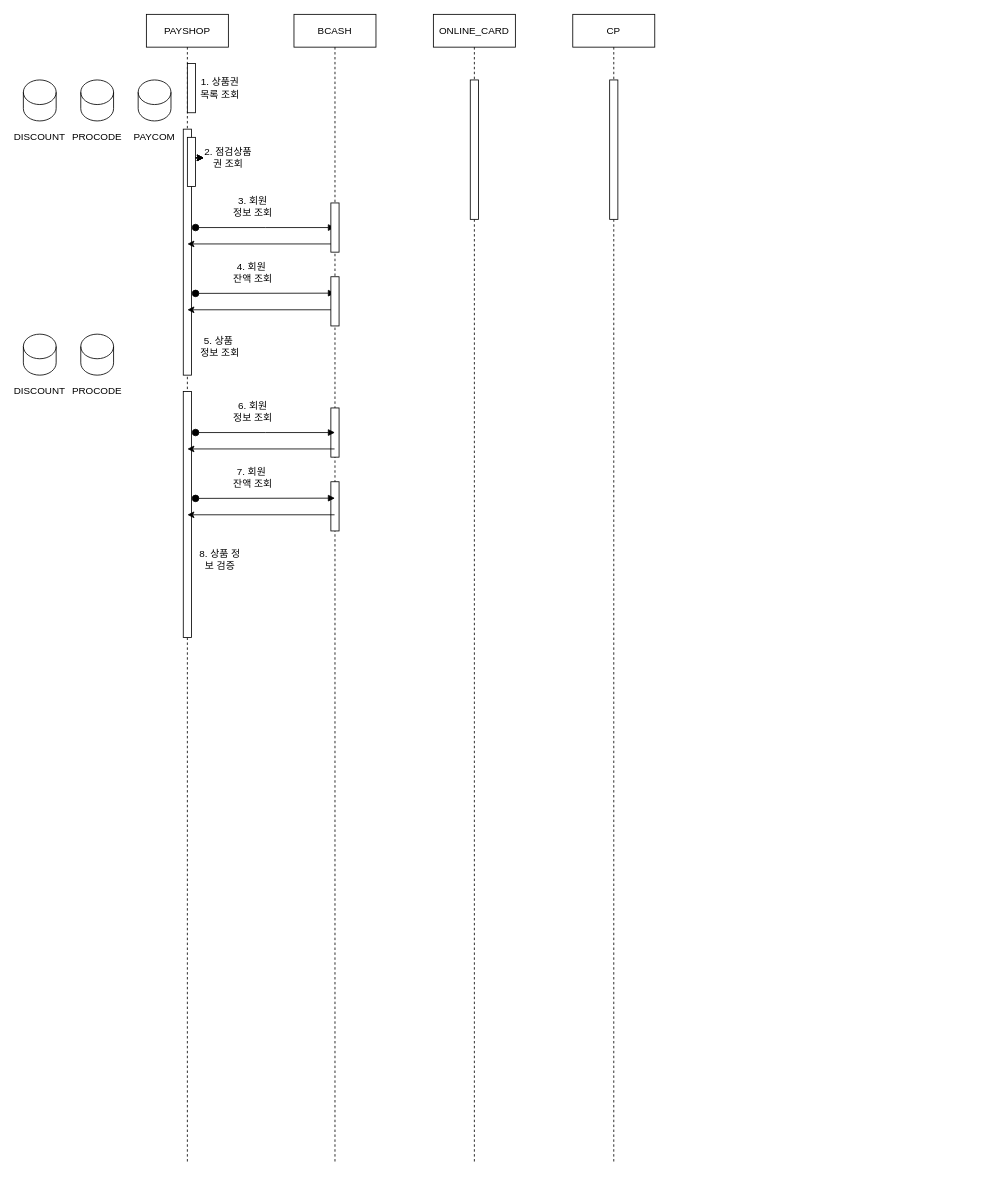
Earlier version of the draw.io diagram 제목 없는 다이어그램.drawio (cmkxak/devRoutine-web). Source tidied: cells renumbered, new cells numbered last; positions are measured from the earlier drawing's top-left corner, leaving out a move shared by most shapes. Both pictures are drawn from the tidied source at 82%, with x=0, y=0 at pixel (23, 14).
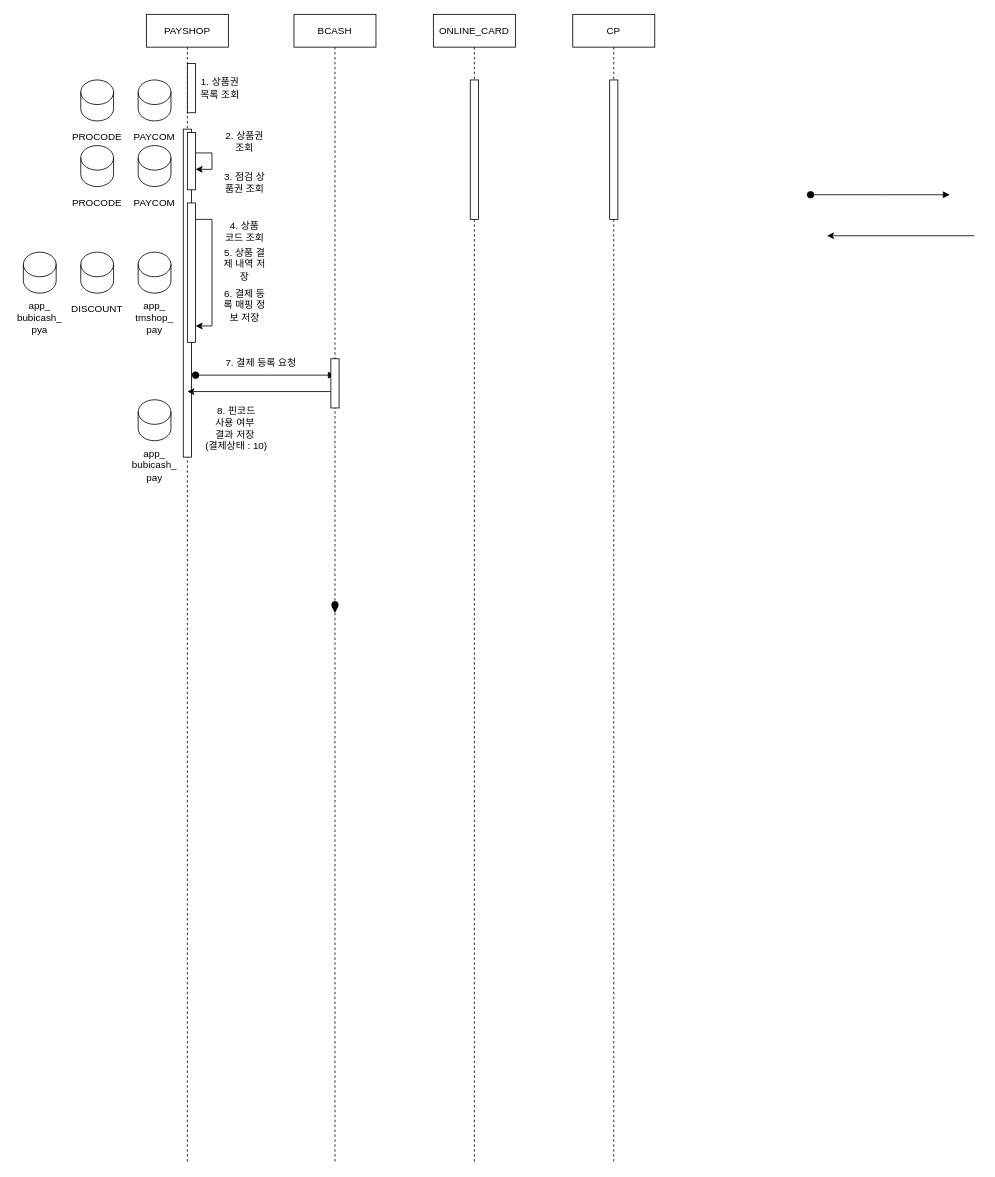
After the change.

Commit message (it also covers changes not shown here):
제목 없는 다이어그램.drawio 업데이트

The change refers to these unchanged cells:
```xml
<mxCell id="2" value="PAYSHOP" style="shape=umlLifeline;perimeter=lifelinePerimeter;whiteSpace=wrap;html=1;newEdgeStyle={&quot;edgeStyle&quot;:&quot;elbowEdgeStyle&quot;,&quot;elbow&quot;:&quot;vertical&quot;,&quot;curved&quot;:0,&quot;rounded&quot;:0};" parent="1" vertex="1">
  <mxGeometry x="150" width="100" height="1400" as="geometry" />
</mxCell>
<mxCell id="7" value="BCASH" style="shape=umlLifeline;perimeter=lifelinePerimeter;whiteSpace=wrap;html=1;newEdgeStyle={&quot;edgeStyle&quot;:&quot;elbowEdgeStyle&quot;,&quot;elbow&quot;:&quot;vertical&quot;,&quot;curved&quot;:0,&quot;rounded&quot;:0};" parent="1" vertex="1">
  <mxGeometry x="330" width="100" height="1400" as="geometry" />
</mxCell>
```

The edit, as a diff of the source:
```diff
@@
     <mxCell id="3" style="html=1;perimeter=orthogonalPerimeter;targetShapes=umlLifeline;newEdgeStyle={&quot;edgeStyle&quot;:&quot;elbowEdgeStyle&quot;,&quot;elbow&quot;:&quot;vertical&quot;,&quot;curved&quot;:0,&quot;rounded&quot;:0};" parent="2" vertex="1">
-      <mxGeometry x="45" y="140" width="10" height="300" as="geometry" />
+      <mxGeometry x="45" y="140" width="10" height="400" as="geometry" />
     </mxCell>
@@
-    <mxCell id="5" style="html=1;points=[];perimeter=orthogonalPerimeter;outlineConnect=0;targetShapes=umlLifeline;portConstraint=eastwest;newEdgeStyle={&quot;edgeStyle&quot;:&quot;elbowEdgeStyle&quot;,&quot;elbow&quot;:&quot;vertical&quot;,&quot;curved&quot;:0,&quot;rounded&quot;:0};" parent="2" vertex="1">
-      <mxGeometry x="50" y="150" width="10" height="60" as="geometry" />
-    </mxCell>
-    <mxCell id="6" style="html=1;perimeter=orthogonalPerimeter;targetShapes=umlLifeline;newEdgeStyle={&quot;edgeStyle&quot;:&quot;elbowEdgeStyle&quot;,&quot;elbow&quot;:&quot;vertical&quot;,&quot;curved&quot;:0,&quot;rounded&quot;:0};" parent="2" vertex="1">
-      <mxGeometry x="45" y="460" width="10" height="300" as="geometry" />
-    </mxCell>
+    <mxCell id="47" style="html=1;points=[];perimeter=orthogonalPerimeter;outlineConnect=0;targetShapes=umlLifeline;portConstraint=eastwest;newEdgeStyle={&quot;edgeStyle&quot;:&quot;elbowEdgeStyle&quot;,&quot;elbow&quot;:&quot;vertical&quot;,&quot;curved&quot;:0,&quot;rounded&quot;:0};" parent="2" vertex="1">
+      <mxGeometry x="50" y="230" width="10" height="170" as="geometry" />
+    </mxCell>
+    <mxCell id="48" style="edgeStyle=elbowEdgeStyle;rounded=0;orthogonalLoop=1;jettySize=auto;html=1;elbow=vertical;curved=0;" parent="2" edge="1" source="47" target="47">
+      <mxGeometry relative="1" as="geometry">
+        <Array as="points">
+          <mxPoint x="80" y="250" />
+        </Array>
+      </mxGeometry>
+    </mxCell>
@@
-    <mxCell id="8" style="html=1;points=[];perimeter=orthogonalPerimeter;outlineConnect=0;targetShapes=umlLifeline;portConstraint=eastwest;newEdgeStyle={&quot;edgeStyle&quot;:&quot;elbowEdgeStyle&quot;,&quot;elbow&quot;:&quot;vertical&quot;,&quot;curved&quot;:0,&quot;rounded&quot;:0};" parent="7" vertex="1">
-      <mxGeometry x="45" y="480" width="10" height="60" as="geometry" />
-    </mxCell>
-    <mxCell id="9" style="html=1;perimeter=orthogonalPerimeter;targetShapes=umlLifeline;newEdgeStyle={&quot;edgeStyle&quot;:&quot;elbowEdgeStyle&quot;,&quot;elbow&quot;:&quot;vertical&quot;,&quot;curved&quot;:0,&quot;rounded&quot;:0};" parent="7" vertex="1">
-      <mxGeometry x="45" y="570" width="10" height="60" as="geometry" />
-    </mxCell>
@@
-    <mxCell id="19" style="shape=cylinder3;whiteSpace=wrap;html=1;boundedLbl=1;backgroundOutline=1;size=15;" parent="1" vertex="1">
-      <mxGeometry y="80" width="40" height="50" as="geometry" />
-    </mxCell>
-    <mxCell id="20" value="DISCOUNT" style="text;html=1;align=center;verticalAlign=middle;whiteSpace=wrap;rounded=0;" parent="1" vertex="1">
-      <mxGeometry y="140" width="40" height="20" as="geometry" />
-    </mxCell>
-    <mxCell id="21" value="2. 점검상품권 조회" style="text;html=1;align=center;verticalAlign=middle;whiteSpace=wrap;rounded=0;" parent="1" vertex="1">
-      <mxGeometry x="220" y="160" width="60" height="30" as="geometry" />
+    <mxCell id="21" value="2. 상품권 조회" style="text;html=1;align=center;verticalAlign=middle;whiteSpace=wrap;rounded=0;" parent="1" vertex="1">
+      <mxGeometry x="240" y="140" width="60" height="30" as="geometry" />
     </mxCell>
-    <mxCell id="22" style="html=1;verticalAlign=bottom;startArrow=oval;endArrow=block;startSize=8;edgeStyle=elbowEdgeStyle;elbow=vertical;curved=0;rounded=0;" parent="1" edge="1">
-      <mxGeometry relative="1" as="geometry">
-        <mxPoint x="210" y="260" as="sourcePoint" />
-        <mxPoint x="380" y="260" as="targetPoint" />
-      </mxGeometry>
-    </mxCell>
-    <mxCell id="23" value="3. 회원&lt;div&gt;정보 조회&lt;/div&gt;" style="text;html=1;align=center;verticalAlign=middle;whiteSpace=wrap;rounded=0;" parent="1" vertex="1">
-      <mxGeometry x="250" y="220" width="60" height="30" as="geometry" />
-    </mxCell>
-    <mxCell id="24" style="endArrow=classic;html=1;rounded=0;" parent="1" edge="1">
-      <mxGeometry relative="1" as="geometry">
-        <mxPoint x="379.5" y="280" as="sourcePoint" />
-        <mxPoint x="200" y="280" as="targetPoint" />
-      </mxGeometry>
-    </mxCell>
-    <mxCell id="25" value="&lt;div&gt;4. 회원&amp;nbsp;&lt;/div&gt;&lt;div&gt;잔액 조회&lt;/div&gt;" style="text;html=1;align=center;verticalAlign=middle;whiteSpace=wrap;rounded=0;" parent="1" vertex="1">
-      <mxGeometry x="250" y="300" width="60" height="30" as="geometry" />
-    </mxCell>
-    <mxCell id="26" style="edgeStyle=elbowEdgeStyle;rounded=0;jettySize=auto;html=1;elbow=vertical;curved=0;" parent="1" edge="1" source="5" target="21">
-      <mxGeometry relative="1" as="geometry" />
-    </mxCell>
-    <mxCell id="27" style="edgeStyle=elbowEdgeStyle;rounded=0;jettySize=auto;html=1;elbow=vertical;curved=0;" parent="1" edge="1" source="5" target="21">
-      <mxGeometry relative="1" as="geometry" />
-    </mxCell>
-    <mxCell id="28" style="edgeStyle=elbowEdgeStyle;rounded=0;jettySize=auto;html=1;elbow=vertical;curved=0;" parent="1" edge="1" source="5" target="21">
+    <mxCell id="28" style="edgeStyle=elbowEdgeStyle;rounded=0;orthogonalLoop=1;jettySize=auto;html=1;elbow=vertical;curved=0;" parent="1" edge="1" source="5" target="5">
       <mxGeometry relative="1" as="geometry" />
     </mxCell>
     <mxCell id="29" style="html=1;verticalAlign=bottom;startArrow=oval;endArrow=block;startSize=8;edgeStyle=elbowEdgeStyle;elbow=vertical;curved=0;rounded=0;" parent="1" edge="1">
       <mxGeometry relative="1" as="geometry">
-        <mxPoint x="210" y="340.3" as="sourcePoint" />
-        <mxPoint x="380" y="340.3" as="targetPoint" />
+        <mxPoint x="960" y="220" as="sourcePoint" />
+        <mxPoint x="1130" y="220" as="targetPoint" />
       </mxGeometry>
     </mxCell>
     <mxCell id="30" style="endArrow=classic;html=1;rounded=0;" parent="1" edge="1">
       <mxGeometry relative="1" as="geometry">
-        <mxPoint x="379.5" y="360.3" as="sourcePoint" />
-        <mxPoint x="200" y="360.3" as="targetPoint" />
+        <mxPoint x="1159.5" y="270" as="sourcePoint" />
+        <mxPoint x="980" y="270" as="targetPoint" />
       </mxGeometry>
     </mxCell>
-    <mxCell id="31" value="5. 상품&amp;nbsp;&lt;div&gt;정보 조회&lt;/div&gt;" style="text;html=1;align=center;verticalAlign=middle;whiteSpace=wrap;rounded=0;" parent="1" vertex="1">
-      <mxGeometry x="210" y="390" width="60" height="30" as="geometry" />
+    <mxCell id="31" value="&lt;div&gt;3. 점검 상품권 조회&lt;/div&gt;" style="text;html=1;align=center;verticalAlign=middle;whiteSpace=wrap;rounded=0;" parent="1" vertex="1">
+      <mxGeometry x="240" y="190" width="60" height="30" as="geometry" />
     </mxCell>
     <mxCell id="32" style="shape=cylinder3;whiteSpace=wrap;html=1;boundedLbl=1;backgroundOutline=1;size=15;" parent="1" vertex="1">
-      <mxGeometry y="390" width="40" height="50" as="geometry" />
+      <mxGeometry x="70" y="290" width="40" height="50" as="geometry" />
     </mxCell>
     <mxCell id="33" value="DISCOUNT" style="text;html=1;align=center;verticalAlign=middle;whiteSpace=wrap;rounded=0;" parent="1" vertex="1">
-      <mxGeometry y="450" width="40" height="20" as="geometry" />
+      <mxGeometry x="70" y="350" width="40" height="20" as="geometry" />
     </mxCell>
     <mxCell id="34" style="shape=cylinder3;whiteSpace=wrap;html=1;boundedLbl=1;backgroundOutline=1;size=15;" parent="1" vertex="1">
-      <mxGeometry x="70" y="390" width="40" height="50" as="geometry" />
+      <mxGeometry x="140" y="290" width="40" height="50" as="geometry" />
     </mxCell>
-    <mxCell id="35" value="PROCODE" style="text;html=1;align=center;verticalAlign=middle;whiteSpace=wrap;rounded=0;" parent="1" vertex="1">
-      <mxGeometry x="70" y="450" width="40" height="20" as="geometry" />
+    <mxCell id="35" value="app_&lt;div&gt;tmshop_&lt;/div&gt;&lt;div&gt;pay&lt;/div&gt;" style="text;html=1;align=center;verticalAlign=middle;whiteSpace=wrap;rounded=0;" parent="1" vertex="1">
+      <mxGeometry x="140" y="360" width="40" height="20" as="geometry" />
     </mxCell>
@@
-    <mxCell id="37" style="edgeStyle=elbowEdgeStyle;rounded=0;jettySize=auto;html=1;elbow=vertical;curved=0;" parent="1" edge="1" source="5" target="21">
-      <mxGeometry relative="1" as="geometry" />
-    </mxCell>
     <mxCell id="38" style="html=1;verticalAlign=bottom;startArrow=oval;endArrow=block;startSize=8;edgeStyle=elbowEdgeStyle;elbow=vertical;curved=0;rounded=0;" parent="1" edge="1">
       <mxGeometry relative="1" as="geometry">
-        <mxPoint x="210" y="510" as="sourcePoint" />
-        <mxPoint x="380" y="510" as="targetPoint" />
+        <mxPoint x="210" y="440" as="sourcePoint" />
+        <mxPoint x="380" y="440" as="targetPoint" />
       </mxGeometry>
     </mxCell>
-    <mxCell id="39" style="endArrow=classic;html=1;rounded=0;" parent="1" edge="1">
+    <mxCell id="39" style="endArrow=classic;html=1;rounded=0;" parent="1" edge="1" source="8">
       <mxGeometry relative="1" as="geometry">
-        <mxPoint x="379.5" y="530" as="sourcePoint" />
-        <mxPoint x="200" y="530" as="targetPoint" />
+        <mxPoint x="200" y="460" as="targetPoint" />
       </mxGeometry>
     </mxCell>
-    <mxCell id="40" value="6. 회원&lt;div&gt;정보 조회&lt;/div&gt;" style="text;html=1;align=center;verticalAlign=middle;whiteSpace=wrap;rounded=0;" parent="1" vertex="1">
-      <mxGeometry x="250" y="470" width="60" height="30" as="geometry" />
+    <mxCell id="40" value="7. 결제 등록 요청" style="text;html=1;align=center;verticalAlign=middle;whiteSpace=wrap;rounded=0;" parent="1" vertex="1">
+      <mxGeometry x="240" y="410" width="100" height="30" as="geometry" />
     </mxCell>
-    <mxCell id="41" value="&lt;div&gt;7. 회원&amp;nbsp;&lt;/div&gt;&lt;div&gt;잔액 조회&lt;/div&gt;" style="text;html=1;align=center;verticalAlign=middle;whiteSpace=wrap;rounded=0;" parent="1" vertex="1">
-      <mxGeometry x="250" y="550" width="60" height="30" as="geometry" />
-    </mxCell>
-    <mxCell id="42" style="html=1;verticalAlign=bottom;startArrow=oval;endArrow=block;startSize=8;edgeStyle=elbowEdgeStyle;elbow=vertical;curved=0;rounded=0;" parent="1" edge="1">
-      <mxGeometry relative="1" as="geometry">
-        <mxPoint x="210" y="590.3" as="sourcePoint" />
-        <mxPoint x="380" y="590.3" as="targetPoint" />
-      </mxGeometry>
-    </mxCell>
-    <mxCell id="43" style="endArrow=classic;html=1;rounded=0;" parent="1" edge="1">
-      <mxGeometry relative="1" as="geometry">
-        <mxPoint x="379.5" y="610.3" as="sourcePoint" />
-        <mxPoint x="200" y="610.3" as="targetPoint" />
-      </mxGeometry>
-    </mxCell>
-    <mxCell id="44" value="&lt;div&gt;8. 상품 정보 검증&lt;/div&gt;" style="text;html=1;align=center;verticalAlign=middle;whiteSpace=wrap;rounded=0;" parent="1" vertex="1">
-      <mxGeometry x="210" y="650" width="60" height="30" as="geometry" />
-    </mxCell>
-    <mxCell id="45" style="html=1;perimeter=orthogonalPerimeter;targetShapes=umlLifeline;newEdgeStyle={&quot;edgeStyle&quot;:&quot;elbowEdgeStyle&quot;,&quot;elbow&quot;:&quot;vertical&quot;,&quot;curved&quot;:0,&quot;rounded&quot;:0};" parent="1" vertex="1">
-      <mxGeometry x="375" y="230" width="10" height="60" as="geometry" />
-    </mxCell>
-    <mxCell id="46" style="html=1;perimeter=orthogonalPerimeter;targetShapes=umlLifeline;newEdgeStyle={&quot;edgeStyle&quot;:&quot;elbowEdgeStyle&quot;,&quot;elbow&quot;:&quot;vertical&quot;,&quot;curved&quot;:0,&quot;rounded&quot;:0};" parent="1" vertex="1">
-      <mxGeometry x="375" y="320" width="10" height="60" as="geometry" />
-    </mxCell>
+    <mxCell id="49" style="html=1;verticalAlign=bottom;startArrow=oval;endArrow=block;startSize=8;edgeStyle=elbowEdgeStyle;elbow=vertical;curved=0;rounded=0;" parent="1" edge="1">
+      <mxGeometry relative="1" as="geometry">
+        <mxPoint x="380" y="720" as="sourcePoint" />
+        <mxPoint x="380" y="730.3" as="targetPoint" />
+      </mxGeometry>
+    </mxCell>
+    <mxCell id="50" value="&lt;div&gt;4. 상품&lt;br&gt;코드 조회&lt;/div&gt;" style="text;html=1;align=center;verticalAlign=middle;whiteSpace=wrap;rounded=0;" parent="1" vertex="1">
+      <mxGeometry x="240" y="250" width="60" height="30" as="geometry" />
+    </mxCell>
+    <mxCell id="5" style="html=1;points=[];perimeter=orthogonalPerimeter;outlineConnect=0;targetShapes=umlLifeline;portConstraint=eastwest;newEdgeStyle={&quot;edgeStyle&quot;:&quot;elbowEdgeStyle&quot;,&quot;elbow&quot;:&quot;vertical&quot;,&quot;curved&quot;:0,&quot;rounded&quot;:0};" parent="1" vertex="1">
+      <mxGeometry x="200" y="144" width="10" height="70" as="geometry" />
+    </mxCell>
+    <mxCell id="51" style="shape=cylinder3;whiteSpace=wrap;html=1;boundedLbl=1;backgroundOutline=1;size=15;" parent="1" vertex="1">
+      <mxGeometry x="140" y="160" width="40" height="50" as="geometry" />
+    </mxCell>
+    <mxCell id="52" value="PAYCOM" style="text;html=1;align=center;verticalAlign=middle;whiteSpace=wrap;rounded=0;" parent="1" vertex="1">
+      <mxGeometry x="130" y="215" width="60" height="30" as="geometry" />
+    </mxCell>
+    <mxCell id="53" style="shape=cylinder3;whiteSpace=wrap;html=1;boundedLbl=1;backgroundOutline=1;size=15;" parent="1" vertex="1">
+      <mxGeometry x="70" y="160" width="40" height="50" as="geometry" />
+    </mxCell>
+    <mxCell id="54" value="PROCODE" style="text;html=1;align=center;verticalAlign=middle;whiteSpace=wrap;rounded=0;" parent="1" vertex="1">
+      <mxGeometry x="70" y="220" width="40" height="20" as="geometry" />
+    </mxCell>
+    <mxCell id="55" value="5. 상품 결제 내역 저장" style="text;html=1;align=center;verticalAlign=middle;whiteSpace=wrap;rounded=0;" parent="1" vertex="1">
+      <mxGeometry x="240" y="290" width="60" height="30" as="geometry" />
+    </mxCell>
+    <mxCell id="56" value="6. 결제 등록 매핑 정보 저장" style="text;html=1;align=center;verticalAlign=middle;whiteSpace=wrap;rounded=0;" parent="1" vertex="1">
+      <mxGeometry x="240" y="340" width="60" height="30" as="geometry" />
+    </mxCell>
+    <mxCell id="57" style="shape=cylinder3;whiteSpace=wrap;html=1;boundedLbl=1;backgroundOutline=1;size=15;" parent="1" vertex="1">
+      <mxGeometry y="290" width="40" height="50" as="geometry" />
+    </mxCell>
+    <mxCell id="58" value="app_&lt;div&gt;bubicash_&lt;/div&gt;&lt;div&gt;pya&lt;/div&gt;" style="text;html=1;align=center;verticalAlign=middle;whiteSpace=wrap;rounded=0;" parent="1" vertex="1">
+      <mxGeometry y="360" width="40" height="20" as="geometry" />
+    </mxCell>
+    <mxCell id="59" value="8. 핀코드&lt;div&gt;사용 여부&amp;nbsp;&lt;/div&gt;&lt;div&gt;결과 저장&amp;nbsp;&lt;/div&gt;&lt;div&gt;(결제상태 : 10)&lt;/div&gt;" style="text;html=1;align=center;verticalAlign=middle;whiteSpace=wrap;rounded=0;" parent="1" vertex="1">
+      <mxGeometry x="210" y="490" width="100" height="30" as="geometry" />
+    </mxCell>
+    <mxCell id="60" style="endArrow=classic;html=1;rounded=0;" parent="1" edge="1" target="8">
+      <mxGeometry relative="1" as="geometry">
+        <mxPoint x="379.5" y="460" as="sourcePoint" />
+      </mxGeometry>
+    </mxCell>
+    <mxCell id="8" style="html=1;points=[];perimeter=orthogonalPerimeter;outlineConnect=0;targetShapes=umlLifeline;portConstraint=eastwest;newEdgeStyle={&quot;edgeStyle&quot;:&quot;elbowEdgeStyle&quot;,&quot;elbow&quot;:&quot;vertical&quot;,&quot;curved&quot;:0,&quot;rounded&quot;:0};" parent="1" vertex="1">
+      <mxGeometry x="375" y="420" width="10" height="60" as="geometry" />
+    </mxCell>
+    <mxCell id="61" style="shape=cylinder3;whiteSpace=wrap;html=1;boundedLbl=1;backgroundOutline=1;size=15;" parent="1" vertex="1">
+      <mxGeometry x="140" y="470" width="40" height="50" as="geometry" />
+    </mxCell>
+    <mxCell id="62" value="app_&lt;div&gt;bubicash_&lt;/div&gt;&lt;div&gt;pay&lt;/div&gt;" style="text;html=1;align=center;verticalAlign=middle;whiteSpace=wrap;rounded=0;" parent="1" vertex="1">
+      <mxGeometry x="140" y="540" width="40" height="20" as="geometry" />
+    </mxCell>
```
